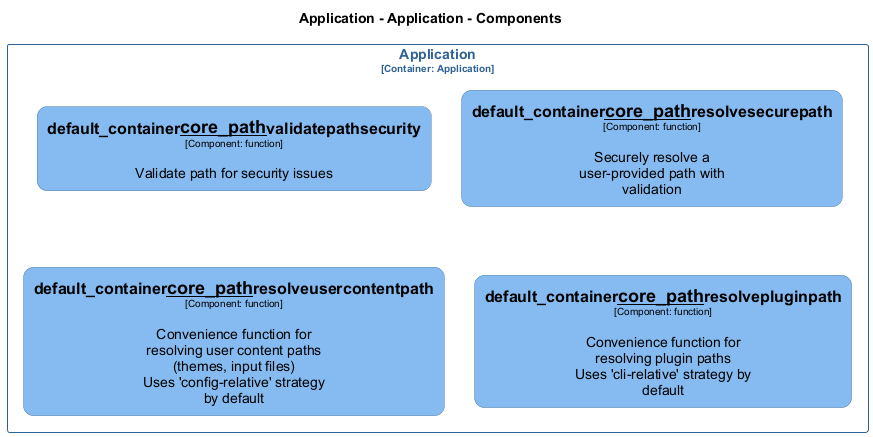
This is docs/architecture/diagrams/structurizr-Classes_default_container__core_path.png from chrislyons-dev/archlette, a PlantUML export, as it was before one commit. Its diagram source:
```plantuml
@startuml
set separator none
title Application - Application - Components

top to bottom direction
skinparam ranksep 60
skinparam nodesep 30

skinparam {
  arrowFontSize 10
  defaultTextAlignment center
  wrapWidth 200
  maxMessageSize 100
  defaultFontName "Arial"
}

hide stereotype

skinparam rectangle<<Application.Application.default_container__core_path__resolvepluginpath>> {
  BackgroundColor #85bbf0
  FontColor #000000
  BorderColor #5d82a8
  roundCorner 20
  shadowing false
}
skinparam rectangle<<Application.Application.default_container__core_path__resolvesecurepath>> {
  BackgroundColor #85bbf0
  FontColor #000000
  BorderColor #5d82a8
  roundCorner 20
  shadowing false
}
skinparam rectangle<<Application.Application.default_container__core_path__resolveusercontentpath>> {
  BackgroundColor #85bbf0
  FontColor #000000
  BorderColor #5d82a8
  roundCorner 20
  shadowing false
}
skinparam rectangle<<Application.Application.default_container__core_path__validatepathsecurity>> {
  BackgroundColor #85bbf0
  FontColor #000000
  BorderColor #5d82a8
  roundCorner 20
  shadowing false
}
skinparam rectangle<<Application.Application>> {
  BorderColor #2e6295
  FontColor #2e6295
  shadowing false
}

rectangle "Application\n<size:10>[Container: Application]</size>" <<Application.Application>> {
  rectangle "==default_container__core_path__validatepathsecurity\n<size:10>[Component: function]</size>\n\nValidate path for security issues" <<Application.Application.default_container__core_path__validatepathsecurity>> as Application.Application.default_container__core_path__validatepathsecurity
  rectangle "==default_container__core_path__resolvesecurepath\n<size:10>[Component: function]</size>\n\nSecurely resolve a user-provided path with validation" <<Application.Application.default_container__core_path__resolvesecurepath>> as Application.Application.default_container__core_path__resolvesecurepath
  rectangle "==default_container__core_path__resolveusercontentpath\n<size:10>[Component: function]</size>\n\nConvenience function for resolving user content paths (themes, input files)\nUses 'config-relative' strategy by default" <<Application.Application.default_container__core_path__resolveusercontentpath>> as Application.Application.default_container__core_path__resolveusercontentpath
  rectangle "==default_container__core_path__resolvepluginpath\n<size:10>[Component: function]</size>\n\nConvenience function for resolving plugin paths\nUses 'cli-relative' strategy by default" <<Application.Application.default_container__core_path__resolvepluginpath>> as Application.Application.default_container__core_path__resolvepluginpath
}

@enduml
```
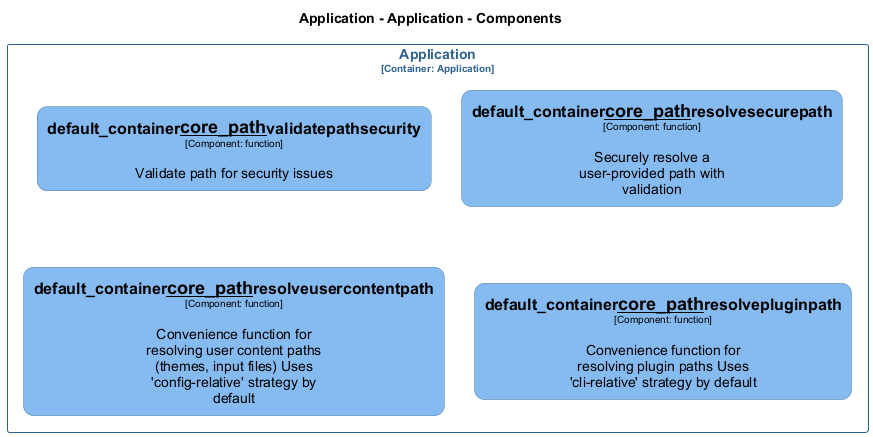
After the change.

What changed in the source:
```diff
@@ -53,8 +53,8 @@
 rectangle "Application\n<size:10>[Container: Application]</size>" <<Application.Application>> {
   rectangle "==default_container__core_path__validatepathsecurity\n<size:10>[Component: function]</size>\n\nValidate path for security issues" <<Application.Application.default_container__core_path__validatepathsecurity>> as Application.Application.default_container__core_path__validatepathsecurity
   rectangle "==default_container__core_path__resolvesecurepath\n<size:10>[Component: function]</size>\n\nSecurely resolve a user-provided path with validation" <<Application.Application.default_container__core_path__resolvesecurepath>> as Application.Application.default_container__core_path__resolvesecurepath
-  rectangle "==default_container__core_path__resolveusercontentpath\n<size:10>[Component: function]</size>\n\nConvenience function for resolving user content paths (themes, input files)\nUses 'config-relative' strategy by default" <<Application.Application.default_container__core_path__resolveusercontentpath>> as Application.Application.default_container__core_path__resolveusercontentpath
-  rectangle "==default_container__core_path__resolvepluginpath\n<size:10>[Component: function]</size>\n\nConvenience function for resolving plugin paths\nUses 'cli-relative' strategy by default" <<Application.Application.default_container__core_path__resolvepluginpath>> as Application.Application.default_container__core_path__resolvepluginpath
+  rectangle "==default_container__core_path__resolveusercontentpath\n<size:10>[Component: function]</size>\n\nConvenience function for resolving user content paths (themes, input files) Uses 'config-relative' strategy by default" <<Application.Application.default_container__core_path__resolveusercontentpath>> as Application.Application.default_container__core_path__resolveusercontentpath
+  rectangle "==default_container__core_path__resolvepluginpath\n<size:10>[Component: function]</size>\n\nConvenience function for resolving plugin paths Uses 'cli-relative' strategy by default" <<Application.Application.default_container__core_path__resolvepluginpath>> as Application.Application.default_container__core_path__resolvepluginpath
 }
 
 @enduml
```
